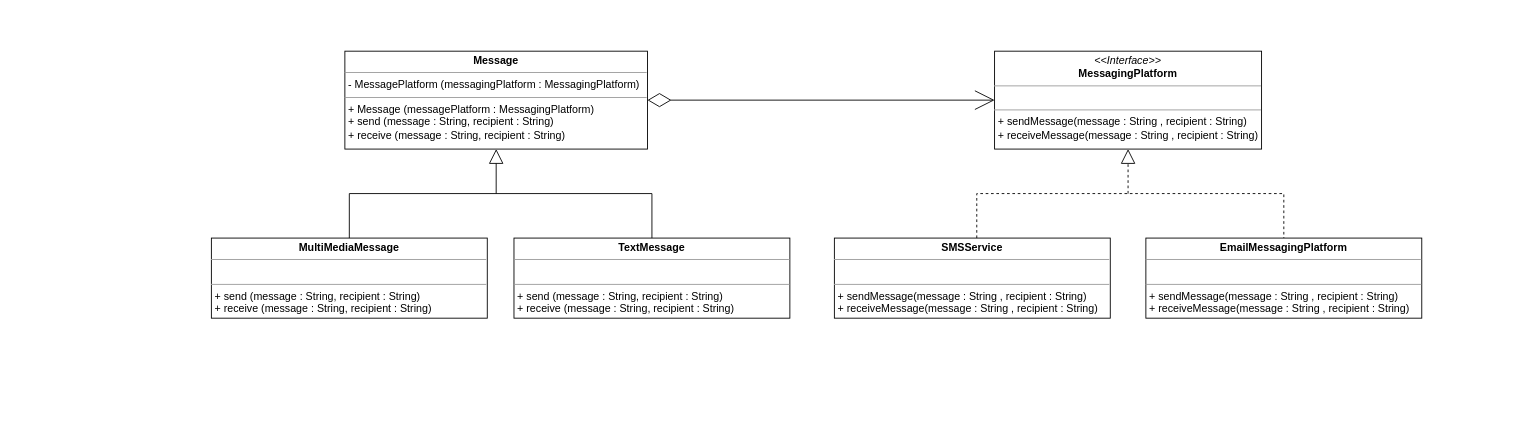
Above: Project/structural/Bridge/Bridge.drawio in pang1217/Pattern-and-Software-Design (draw.io), before the change. Source tidied: cells renumbered, new cells numbered last; positions are measured from the earlier drawing's top-left corner, leaving out a move shared by most shapes. Both pictures are drawn from the tidied source at 89%, with x=0, y=0 at pixel (211, 51).
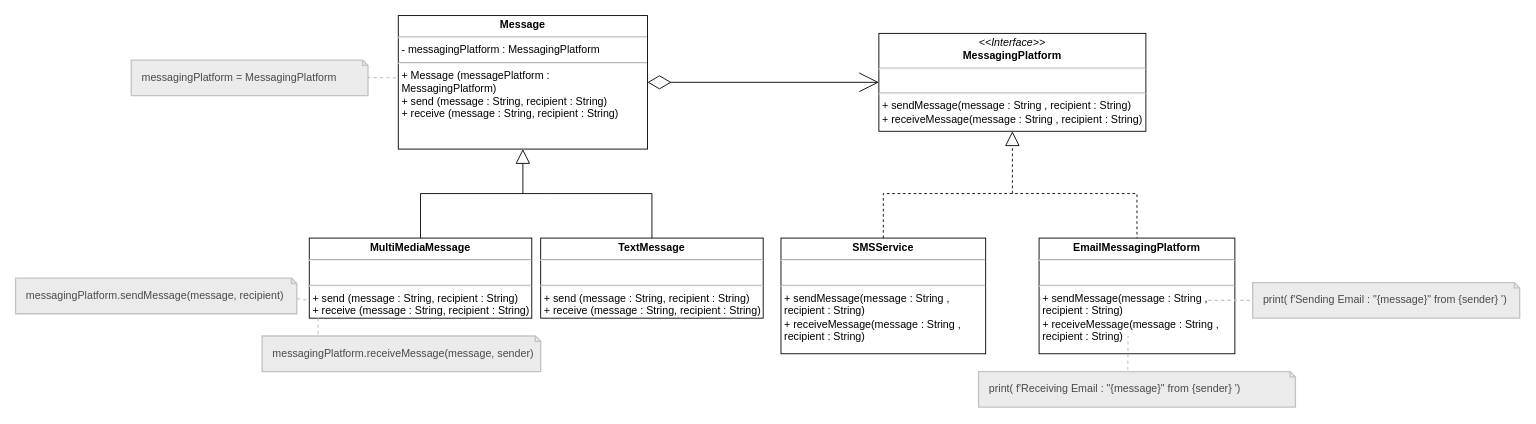
The same diagram, later.

Change to the diagram source:
```diff
@@
-    <mxCell id="2" value="&lt;p style=&quot;margin:0px;margin-top:4px;text-align:center;&quot;&gt;&lt;i&gt;&amp;lt;&amp;lt;Interface&amp;gt;&amp;gt;&lt;/i&gt;&lt;br&gt;&lt;b&gt;MessagingPlatform&lt;/b&gt;&lt;/p&gt;&lt;hr size=&quot;1&quot;&gt;&lt;p style=&quot;margin:0px;margin-left:4px;&quot;&gt;&lt;br&gt;&lt;/p&gt;&lt;hr size=&quot;1&quot;&gt;&lt;p style=&quot;margin:0px;margin-left:4px;&quot;&gt;+ sendMessage(message : String , recipient : String)&lt;/p&gt;&lt;p style=&quot;margin:0px;margin-left:4px;&quot;&gt;+ receiveMessage(message : String , recipient : String)&lt;br&gt;&lt;/p&gt;" style="verticalAlign=top;align=left;overflow=fill;fontSize=12;fontFamily=Helvetica;html=1;whiteSpace=wrap;" parent="1" vertex="1">
-      <mxGeometry x="880" width="300" height="110" as="geometry" />
+    <mxCell id="2" value="&lt;p style=&quot;margin: 4px 0px 0px; text-align: center; font-size: 12px;&quot;&gt;&lt;i style=&quot;font-size: 12px;&quot;&gt;&amp;lt;&amp;lt;Interface&amp;gt;&amp;gt;&lt;/i&gt;&lt;br style=&quot;font-size: 12px;&quot;&gt;&lt;b style=&quot;font-size: 12px;&quot;&gt;MessagingPlatform&lt;/b&gt;&lt;/p&gt;&lt;hr style=&quot;font-size: 12px;&quot;&gt;&lt;p style=&quot;margin: 0px 0px 0px 4px; font-size: 12px;&quot;&gt;&lt;br style=&quot;font-size: 12px;&quot;&gt;&lt;/p&gt;&lt;hr style=&quot;font-size: 12px;&quot;&gt;&lt;p style=&quot;margin: 0px 0px 0px 4px; font-size: 12px;&quot;&gt;+ sendMessage(message : String , recipient : String)&lt;/p&gt;&lt;p style=&quot;margin: 0px 0px 0px 4px; font-size: 12px;&quot;&gt;+ receiveMessage(message : String , recipient : String)&lt;br style=&quot;font-size: 12px;&quot;&gt;&lt;/p&gt;" style="verticalAlign=top;align=left;overflow=fill;fontSize=12;fontFamily=Helvetica;html=1;whiteSpace=wrap;" parent="1" vertex="1">
+      <mxGeometry x="750" y="-20" width="300" height="110" as="geometry" />
     </mxCell>
-    <mxCell id="3" value="&lt;p style=&quot;margin:0px;margin-top:4px;text-align:center;&quot;&gt;&lt;b&gt;Message&lt;/b&gt;&lt;/p&gt;&lt;hr size=&quot;1&quot;&gt;&lt;p style=&quot;margin:0px;margin-left:4px;&quot;&gt;- MessagePlatform (messagingPlatform : MessagingPlatform)&lt;/p&gt;&lt;hr size=&quot;1&quot;&gt;&lt;p style=&quot;margin:0px;margin-left:4px;&quot;&gt;+ Message (messagePlatform : MessagingPlatform)&lt;/p&gt;&lt;p style=&quot;margin:0px;margin-left:4px;&quot;&gt;+ send (message : String, recipient : String)&lt;/p&gt;&lt;p style=&quot;margin:0px;margin-left:4px;&quot;&gt;+ receive (message : String, recipient : String)&lt;br&gt;&lt;/p&gt;" style="verticalAlign=top;align=left;overflow=fill;fontSize=12;fontFamily=Helvetica;html=1;whiteSpace=wrap;" parent="1" vertex="1">
-      <mxGeometry x="150" width="340" height="110" as="geometry" />
+    <mxCell id="3" value="&lt;p style=&quot;margin: 4px 0px 0px; text-align: center; font-size: 12px;&quot;&gt;&lt;b style=&quot;font-size: 12px;&quot;&gt;Message&lt;/b&gt;&lt;/p&gt;&lt;hr style=&quot;font-size: 12px;&quot;&gt;&lt;p style=&quot;margin: 0px 0px 0px 4px; font-size: 12px;&quot;&gt;- messagingPlatform : MessagingPlatform&lt;/p&gt;&lt;hr style=&quot;font-size: 12px;&quot;&gt;&lt;p style=&quot;margin: 0px 0px 0px 4px; font-size: 12px;&quot;&gt;+ Message (messagePlatform : MessagingPlatform)&lt;/p&gt;&lt;p style=&quot;margin: 0px 0px 0px 4px; font-size: 12px;&quot;&gt;+ send (message : String, recipient : String)&lt;/p&gt;&lt;p style=&quot;margin: 0px 0px 0px 4px; font-size: 12px;&quot;&gt;+ receive (message : String, recipient : String)&lt;br style=&quot;font-size: 12px;&quot;&gt;&lt;/p&gt;" style="verticalAlign=top;align=left;overflow=fill;fontSize=12;fontFamily=Helvetica;html=1;whiteSpace=wrap;" parent="1" vertex="1">
+      <mxGeometry x="210" y="-40" width="280" height="150" as="geometry" />
     </mxCell>
-    <mxCell id="4" value="&lt;p style=&quot;margin:0px;margin-top:4px;text-align:center;&quot;&gt;&lt;b&gt;SMSService&lt;/b&gt;&lt;/p&gt;&lt;hr size=&quot;1&quot;&gt;&lt;p style=&quot;margin:0px;margin-left:4px;&quot;&gt;&lt;br&gt;&lt;/p&gt;&lt;hr size=&quot;1&quot;&gt;&lt;p style=&quot;border-color: var(--border-color); margin: 0px 0px 0px 4px;&quot;&gt;+ sendMessage(message : String , recipient : String)&lt;/p&gt;&lt;p style=&quot;border-color: var(--border-color); margin: 0px 0px 0px 4px;&quot;&gt;+ receiveMessage(message : String , recipient : String)&lt;/p&gt;" style="verticalAlign=top;align=left;overflow=fill;fontSize=12;fontFamily=Helvetica;html=1;whiteSpace=wrap;" parent="1" vertex="1">
-      <mxGeometry x="700" y="210" width="310" height="90" as="geometry" />
+    <mxCell id="4" value="&lt;p style=&quot;margin: 4px 0px 0px; text-align: center; font-size: 12px;&quot;&gt;&lt;b style=&quot;font-size: 12px;&quot;&gt;SMSService&lt;/b&gt;&lt;/p&gt;&lt;hr style=&quot;font-size: 12px;&quot;&gt;&lt;p style=&quot;margin: 0px 0px 0px 4px; font-size: 12px;&quot;&gt;&lt;br style=&quot;font-size: 12px;&quot;&gt;&lt;/p&gt;&lt;hr style=&quot;font-size: 12px;&quot;&gt;&lt;p style=&quot;border-color: var(--border-color); margin: 0px 0px 0px 4px; font-size: 12px;&quot;&gt;+ sendMessage(message : String , recipient : String)&lt;/p&gt;&lt;p style=&quot;border-color: var(--border-color); margin: 0px 0px 0px 4px; font-size: 12px;&quot;&gt;+ receiveMessage(message : String , recipient : String)&lt;/p&gt;" style="verticalAlign=top;align=left;overflow=fill;fontSize=12;fontFamily=Helvetica;html=1;whiteSpace=wrap;" parent="1" vertex="1">
+      <mxGeometry x="640" y="210" width="230" height="130" as="geometry" />
     </mxCell>
-    <mxCell id="5" value="&lt;p style=&quot;margin:0px;margin-top:4px;text-align:center;&quot;&gt;&lt;b&gt;EmailMessagingPlatform&lt;/b&gt;&lt;/p&gt;&lt;hr size=&quot;1&quot;&gt;&lt;p style=&quot;margin:0px;margin-left:4px;&quot;&gt;&lt;br&gt;&lt;/p&gt;&lt;hr size=&quot;1&quot;&gt;&lt;p style=&quot;border-color: var(--border-color); margin: 0px 0px 0px 4px;&quot;&gt;+ sendMessage(message : String , recipient : String)&lt;/p&gt;&lt;p style=&quot;border-color: var(--border-color); margin: 0px 0px 0px 4px;&quot;&gt;+ receiveMessage(message : String , recipient : String)&lt;/p&gt;" style="verticalAlign=top;align=left;overflow=fill;fontSize=12;fontFamily=Helvetica;html=1;whiteSpace=wrap;" parent="1" vertex="1">
-      <mxGeometry x="1050" y="210" width="310" height="90" as="geometry" />
+    <mxCell id="5" value="&lt;p style=&quot;margin: 4px 0px 0px; text-align: center; font-size: 12px;&quot;&gt;&lt;b style=&quot;font-size: 12px;&quot;&gt;EmailMessagingPlatform&lt;/b&gt;&lt;/p&gt;&lt;hr style=&quot;font-size: 12px;&quot;&gt;&lt;p style=&quot;margin: 0px 0px 0px 4px; font-size: 12px;&quot;&gt;&lt;br style=&quot;font-size: 12px;&quot;&gt;&lt;/p&gt;&lt;hr style=&quot;font-size: 12px;&quot;&gt;&lt;p style=&quot;border-color: var(--border-color); margin: 0px 0px 0px 4px; font-size: 12px;&quot;&gt;+ sendMessage(message : String , recipient : String)&lt;/p&gt;&lt;p style=&quot;border-color: var(--border-color); margin: 0px 0px 0px 4px; font-size: 12px;&quot;&gt;+ receiveMessage(message : String , recipient : String)&lt;/p&gt;" style="verticalAlign=top;align=left;overflow=fill;fontSize=12;fontFamily=Helvetica;html=1;whiteSpace=wrap;" parent="1" vertex="1">
+      <mxGeometry x="930" y="210" width="220" height="130" as="geometry" />
     </mxCell>
-    <mxCell id="6" value="&lt;p style=&quot;margin:0px;margin-top:4px;text-align:center;&quot;&gt;&lt;b&gt;MultiMediaMessage&lt;/b&gt;&lt;/p&gt;&lt;hr size=&quot;1&quot;&gt;&lt;p style=&quot;margin:0px;margin-left:4px;&quot;&gt;&lt;br&gt;&lt;/p&gt;&lt;hr size=&quot;1&quot;&gt;&lt;p style=&quot;border-color: var(--border-color); margin: 0px 0px 0px 4px;&quot;&gt;+ send (message : String, recipient : String)&lt;/p&gt;&lt;p style=&quot;border-color: var(--border-color); margin: 0px 0px 0px 4px;&quot;&gt;+ receive (message : String, recipient : String)&lt;/p&gt;" style="verticalAlign=top;align=left;overflow=fill;fontSize=12;fontFamily=Helvetica;html=1;whiteSpace=wrap;" parent="1" vertex="1">
-      <mxGeometry y="210" width="310" height="90" as="geometry" />
+    <mxCell id="6" value="&lt;p style=&quot;margin: 4px 0px 0px; text-align: center; font-size: 12px;&quot;&gt;&lt;b style=&quot;font-size: 12px;&quot;&gt;MultiMediaMessage&lt;/b&gt;&lt;/p&gt;&lt;hr style=&quot;font-size: 12px;&quot;&gt;&lt;p style=&quot;margin: 0px 0px 0px 4px; font-size: 12px;&quot;&gt;&lt;br style=&quot;font-size: 12px;&quot;&gt;&lt;/p&gt;&lt;hr style=&quot;font-size: 12px;&quot;&gt;&lt;p style=&quot;border-color: var(--border-color); margin: 0px 0px 0px 4px; font-size: 12px;&quot;&gt;+ send (message : String, recipient : String)&lt;/p&gt;&lt;p style=&quot;border-color: var(--border-color); margin: 0px 0px 0px 4px; font-size: 12px;&quot;&gt;+ receive (message : String, recipient : String)&lt;/p&gt;" style="verticalAlign=top;align=left;overflow=fill;fontSize=12;fontFamily=Helvetica;html=1;whiteSpace=wrap;" parent="1" vertex="1">
+      <mxGeometry x="110" y="210" width="250" height="90" as="geometry" />
     </mxCell>
-    <mxCell id="7" value="&lt;p style=&quot;margin:0px;margin-top:4px;text-align:center;&quot;&gt;&lt;b&gt;TextMessage&lt;/b&gt;&lt;/p&gt;&lt;hr size=&quot;1&quot;&gt;&lt;p style=&quot;margin:0px;margin-left:4px;&quot;&gt;&lt;br&gt;&lt;/p&gt;&lt;hr size=&quot;1&quot;&gt;&lt;p style=&quot;border-color: var(--border-color); margin: 0px 0px 0px 4px;&quot;&gt;+ send (message : String, recipient : String)&lt;/p&gt;&lt;p style=&quot;border-color: var(--border-color); margin: 0px 0px 0px 4px;&quot;&gt;+ receive (message : String, recipient : String)&lt;/p&gt;" style="verticalAlign=top;align=left;overflow=fill;fontSize=12;fontFamily=Helvetica;html=1;whiteSpace=wrap;" parent="1" vertex="1">
-      <mxGeometry x="340" y="210" width="310" height="90" as="geometry" />
+    <mxCell id="7" value="&lt;p style=&quot;margin: 4px 0px 0px; text-align: center; font-size: 12px;&quot;&gt;&lt;b style=&quot;font-size: 12px;&quot;&gt;TextMessage&lt;/b&gt;&lt;/p&gt;&lt;hr style=&quot;font-size: 12px;&quot;&gt;&lt;p style=&quot;margin: 0px 0px 0px 4px; font-size: 12px;&quot;&gt;&lt;br style=&quot;font-size: 12px;&quot;&gt;&lt;/p&gt;&lt;hr style=&quot;font-size: 12px;&quot;&gt;&lt;p style=&quot;border-color: var(--border-color); margin: 0px 0px 0px 4px; font-size: 12px;&quot;&gt;+ send (message : String, recipient : String)&lt;/p&gt;&lt;p style=&quot;border-color: var(--border-color); margin: 0px 0px 0px 4px; font-size: 12px;&quot;&gt;+ receive (message : String, recipient : String)&lt;/p&gt;" style="verticalAlign=top;align=left;overflow=fill;fontSize=12;fontFamily=Helvetica;html=1;whiteSpace=wrap;" parent="1" vertex="1">
+      <mxGeometry x="370" y="210" width="250" height="90" as="geometry" />
     </mxCell>
-    <mxCell id="8" style="endArrow=block;endFill=0;endSize=14;html=1;rounded=0;entryX=0.5;entryY=1;entryDx=0;entryDy=0;" parent="1" edge="1" target="3">
+    <mxCell id="8" style="endArrow=block;endFill=0;endSize=14;html=1;rounded=0;entryX=0.5;entryY=1;entryDx=0;entryDy=0;fontSize=12;" parent="1" edge="1" target="3">
       <mxGeometry relative="1" as="geometry">
-        <mxPoint x="320" y="160" as="sourcePoint" />
+        <mxPoint x="350" y="160" as="sourcePoint" />
       </mxGeometry>
     </mxCell>
-    <mxCell id="9" style="endArrow=none;html=1;rounded=0;exitX=0.5;exitY=0;exitDx=0;exitDy=0;entryX=0.5;entryY=0;entryDx=0;entryDy=0;" parent="1" edge="1" source="6" target="7">
+    <mxCell id="9" style="endArrow=none;html=1;rounded=0;exitX=0.5;exitY=0;exitDx=0;exitDy=0;entryX=0.5;entryY=0;entryDx=0;entryDy=0;fontSize=12;" parent="1" edge="1" source="6" target="7">
       <mxGeometry relative="1" as="geometry">
         <Array as="points">
-          <mxPoint x="155" y="160" />
+          <mxPoint x="235" y="160" />
+          <mxPoint x="375" y="160" />
           <mxPoint x="495" y="160" />
         </Array>
       </mxGeometry>
     </mxCell>
-    <mxCell id="10" style="endArrow=block;endFill=0;endSize=14;html=1;rounded=0;entryX=0.5;entryY=1;entryDx=0;entryDy=0;dashed=1;" parent="1" edge="1" target="2">
+    <mxCell id="10" style="endArrow=block;endFill=0;endSize=14;html=1;rounded=0;entryX=0.5;entryY=1;entryDx=0;entryDy=0;dashed=1;fontSize=12;" parent="1" edge="1" target="2">
       <mxGeometry relative="1" as="geometry">
-        <mxPoint x="1030" y="160" as="sourcePoint" />
+        <mxPoint x="900" y="160" as="sourcePoint" />
       </mxGeometry>
     </mxCell>
-    <mxCell id="11" style="endArrow=none;html=1;rounded=0;entryX=0.5;entryY=0;entryDx=0;entryDy=0;dashed=1;" parent="1" edge="1" target="5">
+    <mxCell id="11" style="endArrow=none;html=1;rounded=0;entryX=0.5;entryY=0;entryDx=0;entryDy=0;dashed=1;fontSize=12;exitX=0.5;exitY=0;exitDx=0;exitDy=0;" parent="1" edge="1" source="4" target="5">
       <mxGeometry relative="1" as="geometry">
-        <mxPoint x="860" y="210" as="sourcePoint" />
         <Array as="points">
-          <mxPoint x="860" y="160" />
-          <mxPoint x="1205" y="160" />
+          <mxPoint x="755" y="160" />
+          <mxPoint x="1040" y="160" />
         </Array>
       </mxGeometry>
     </mxCell>
-    <mxCell id="12" style="endArrow=diamondThin;endFill=0;endSize=24;html=1;rounded=0;entryX=1;entryY=0.5;entryDx=0;entryDy=0;exitX=0;exitY=0.5;exitDx=0;exitDy=0;startArrow=open;startFill=0;startSize=20;" parent="1" edge="1" source="2" target="3">
+    <mxCell id="12" style="endArrow=diamondThin;endFill=0;endSize=24;html=1;rounded=0;entryX=1;entryY=0.5;entryDx=0;entryDy=0;exitX=0;exitY=0.5;exitDx=0;exitDy=0;startArrow=open;startFill=0;startSize=20;fontSize=12;" parent="1" edge="1" source="2" target="3">
       <mxGeometry relative="1" as="geometry" />
     </mxCell>
+    <mxCell id="13" style="rounded=0;jettySize=auto;html=1;startArrow=none;startFill=1;startSize=3;jumpStyle=none;endArrow=none;endFill=0;anchorPointDirection=0;backgroundOutline=0;snapToPoint=1;flowAnimation=0;strokeColor=#C3C3C3;dashed=1;shadow=0;strokeWidth=1.2;exitX=0.996;exitY=0.489;exitDx=0;exitDy=0;exitPerimeter=0;entryX=0;entryY=0.5;entryDx=0;entryDy=0;fontSize=12;" parent="1" edge="1" source="14">
+      <mxGeometry relative="1" as="geometry">
+        <mxPoint y="270" as="targetPoint" />
+      </mxGeometry>
+    </mxCell>
+    <mxCell id="14" value="&lt;font color=&quot;#494949&quot;&gt;&lt;div&gt;&lt;span style=&quot;background-color: initial;&quot;&gt;messagingPlatform.sendMessage(message, recipient)&lt;/span&gt;&lt;br&gt;&lt;/div&gt;&lt;/font&gt;" style="shape=note;size=6;align=left;spacingLeft=10;html=1;whiteSpace=wrap;strokeWidth=1.5;strokeColor=#C3C3C3;gradientColor=none;fillColor=#EBEBEB;" parent="1" vertex="1">
+      <mxGeometry x="-220" y="255" width="316" height="40" as="geometry" />
+    </mxCell>
+    <mxCell id="15" value="&lt;font color=&quot;#494949&quot; style=&quot;font-size: 12px;&quot;&gt;&lt;div style=&quot;font-size: 12px;&quot;&gt;&lt;span style=&quot;background-color: initial;&quot;&gt;messagingPlatform.receiveMessage(message, sender)&lt;/span&gt;&lt;br&gt;&lt;/div&gt;&lt;/font&gt;" style="shape=note;size=6;align=left;spacingLeft=10;html=1;whiteSpace=wrap;strokeWidth=1.5;strokeColor=#C3C3C3;gradientColor=none;fillColor=#EBEBEB;fontSize=12;" parent="1" vertex="1">
+      <mxGeometry x="57" y="320" width="313" height="40" as="geometry" />
+    </mxCell>
+    <mxCell id="16" style="rounded=0;jettySize=auto;html=1;startArrow=none;startFill=1;startSize=3;jumpStyle=none;endArrow=none;endFill=0;anchorPointDirection=0;backgroundOutline=0;snapToPoint=1;flowAnimation=0;strokeColor=#C3C3C3;dashed=1;shadow=0;strokeWidth=1.2;exitX=0.201;exitY=-0.051;exitDx=0;exitDy=0;exitPerimeter=0;fontSize=12;" parent="1" edge="1" source="15">
+      <mxGeometry relative="1" as="geometry">
+        <mxPoint x="120" y="300" as="targetPoint" />
+      </mxGeometry>
+    </mxCell>
+    <mxCell id="17" style="rounded=0;jettySize=auto;html=1;startArrow=none;startFill=1;startSize=3;jumpStyle=none;endArrow=none;endFill=0;anchorPointDirection=0;backgroundOutline=0;snapToPoint=1;flowAnimation=0;strokeColor=#C3C3C3;dashed=1;shadow=0;strokeWidth=1.2;exitX=0.996;exitY=0.489;exitDx=0;exitDy=0;exitPerimeter=0;fontSize=12;" parent="1" edge="1" source="18">
+      <mxGeometry relative="1" as="geometry">
+        <mxPoint x="210" y="30" as="targetPoint" />
+      </mxGeometry>
+    </mxCell>
+    <mxCell id="18" value="&lt;font color=&quot;#494949&quot; style=&quot;font-size: 12px;&quot;&gt;&lt;div style=&quot;font-size: 12px;&quot;&gt;&lt;span style=&quot;background-color: initial;&quot;&gt;messagingPlatform = MessagingPlatform&lt;/span&gt;&lt;br&gt;&lt;/div&gt;&lt;/font&gt;" style="shape=note;size=6;align=left;spacingLeft=10;html=1;whiteSpace=wrap;strokeWidth=1.5;strokeColor=#C3C3C3;gradientColor=none;fillColor=#EBEBEB;fontSize=12;" parent="1" vertex="1">
+      <mxGeometry x="-90" y="10" width="266" height="40" as="geometry" />
+    </mxCell>
+    <mxCell id="19" style="rounded=0;jettySize=auto;html=1;startArrow=none;startFill=1;startSize=3;jumpStyle=none;endArrow=none;endFill=0;anchorPointDirection=0;backgroundOutline=0;snapToPoint=1;flowAnimation=0;strokeColor=#C3C3C3;dashed=1;shadow=0;strokeWidth=1.2;exitX=0.471;exitY=-0.041;exitDx=0;exitDy=0;exitPerimeter=0;fontSize=12;" parent="1" edge="1" source="20">
+      <mxGeometry relative="1" as="geometry">
+        <mxPoint x="1030" y="320" as="targetPoint" />
+      </mxGeometry>
+    </mxCell>
+    <mxCell id="20" value="&lt;font color=&quot;#494949&quot; style=&quot;font-size: 12px;&quot;&gt;&lt;div style=&quot;font-size: 12px;&quot;&gt;&lt;span style=&quot;background-color: initial;&quot;&gt;print( f'Receiving Email : &quot;{message}&quot; from {sender} ')&lt;/span&gt;&lt;br&gt;&lt;/div&gt;&lt;/font&gt;" style="shape=note;size=6;align=left;spacingLeft=10;html=1;whiteSpace=wrap;strokeWidth=1.5;strokeColor=#C3C3C3;gradientColor=none;fillColor=#EBEBEB;fontSize=12;" parent="1" vertex="1">
+      <mxGeometry x="862" y="360" width="356" height="40" as="geometry" />
+    </mxCell>
+    <mxCell id="21" value="&lt;font color=&quot;#494949&quot; style=&quot;font-size: 12px;&quot;&gt;&lt;div style=&quot;font-size: 12px;&quot;&gt;&lt;span style=&quot;background-color: initial;&quot;&gt;print( f'Sending Email : &quot;{message}&quot; from {sender} ')&lt;/span&gt;&lt;br&gt;&lt;/div&gt;&lt;/font&gt;" style="shape=note;size=6;align=left;spacingLeft=10;html=1;whiteSpace=wrap;strokeWidth=1.5;strokeColor=#C3C3C3;gradientColor=none;fillColor=#EBEBEB;fontSize=12;" parent="1" vertex="1">
+      <mxGeometry x="1170" y="260" width="300" height="40" as="geometry" />
+    </mxCell>
+    <mxCell id="22" style="rounded=0;jettySize=auto;html=1;startArrow=none;startFill=1;startSize=3;jumpStyle=none;endArrow=none;endFill=0;anchorPointDirection=0;backgroundOutline=0;snapToPoint=1;flowAnimation=0;strokeColor=#C3C3C3;dashed=1;shadow=0;strokeWidth=1.2;entryX=0;entryY=0.5;entryDx=0;entryDy=0;fontSize=12;entryPerimeter=0;" parent="1" edge="1" target="21">
+      <mxGeometry relative="1" as="geometry">
+        <mxPoint x="1120" y="280" as="sourcePoint" />
+      </mxGeometry>
+    </mxCell>
+    <mxCell id="23" style="rounded=0;jettySize=auto;html=1;startArrow=none;startFill=1;startSize=3;jumpStyle=none;endArrow=none;endFill=0;anchorPointDirection=0;backgroundOutline=0;snapToPoint=1;flowAnimation=0;strokeColor=#C3C3C3;dashed=1;shadow=0;strokeWidth=1.2;exitX=0;exitY=0;exitDx=316.00000000000006;exitDy=23;exitPerimeter=0;fontSize=12;" parent="1" edge="1" source="14">
+      <mxGeometry relative="1" as="geometry">
+        <mxPoint x="110" y="280" as="targetPoint" />
+      </mxGeometry>
+    </mxCell>
```
